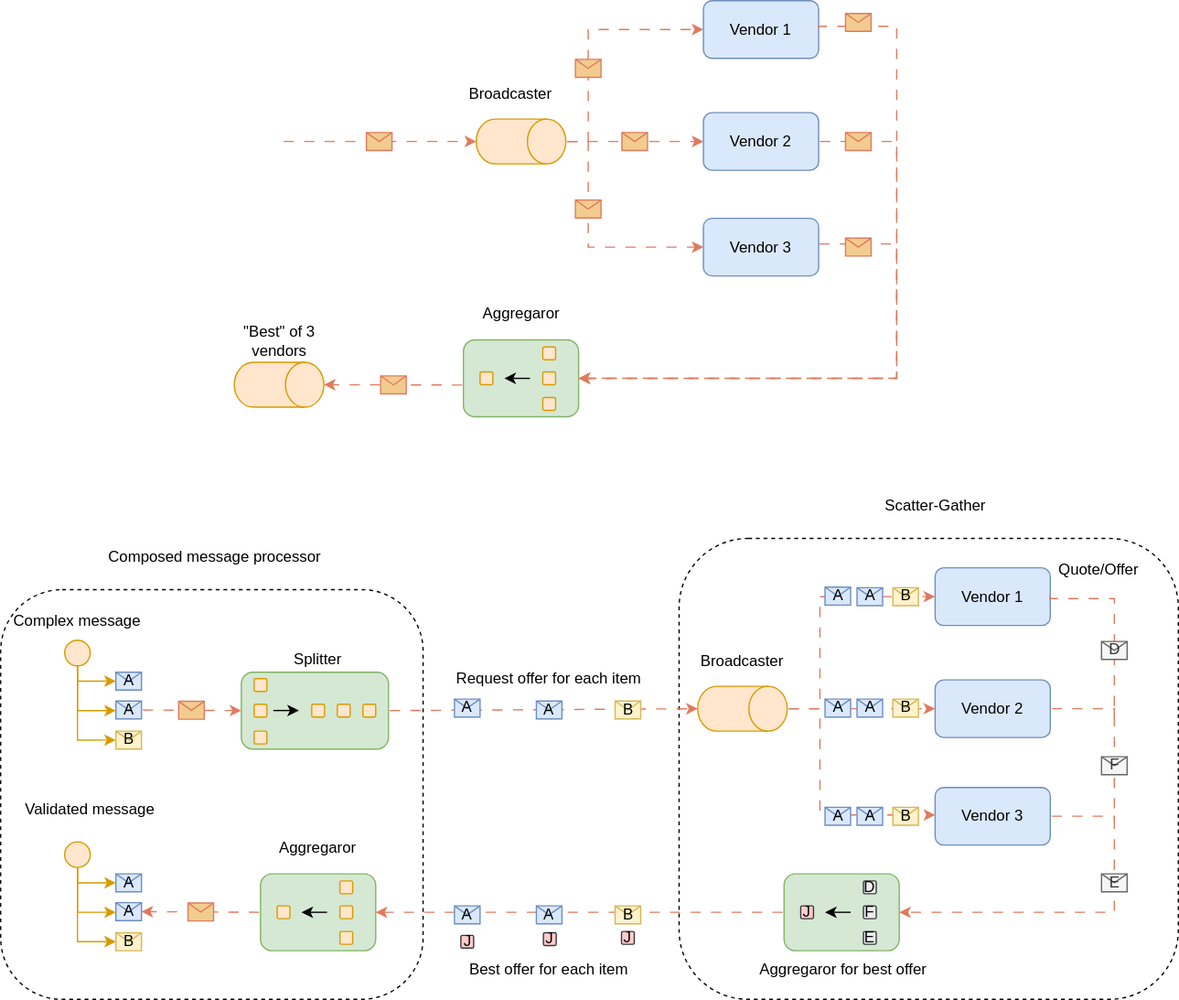
Before: images/Scatter-Gather.drawio.svg, a diagram exported from draw.io (mladenkralev/integration-pattern). Source tidied: cells renumbered, new cells last; positions are measured from the earlier drawing's top-left corner, leaving out a move shared by most shapes.
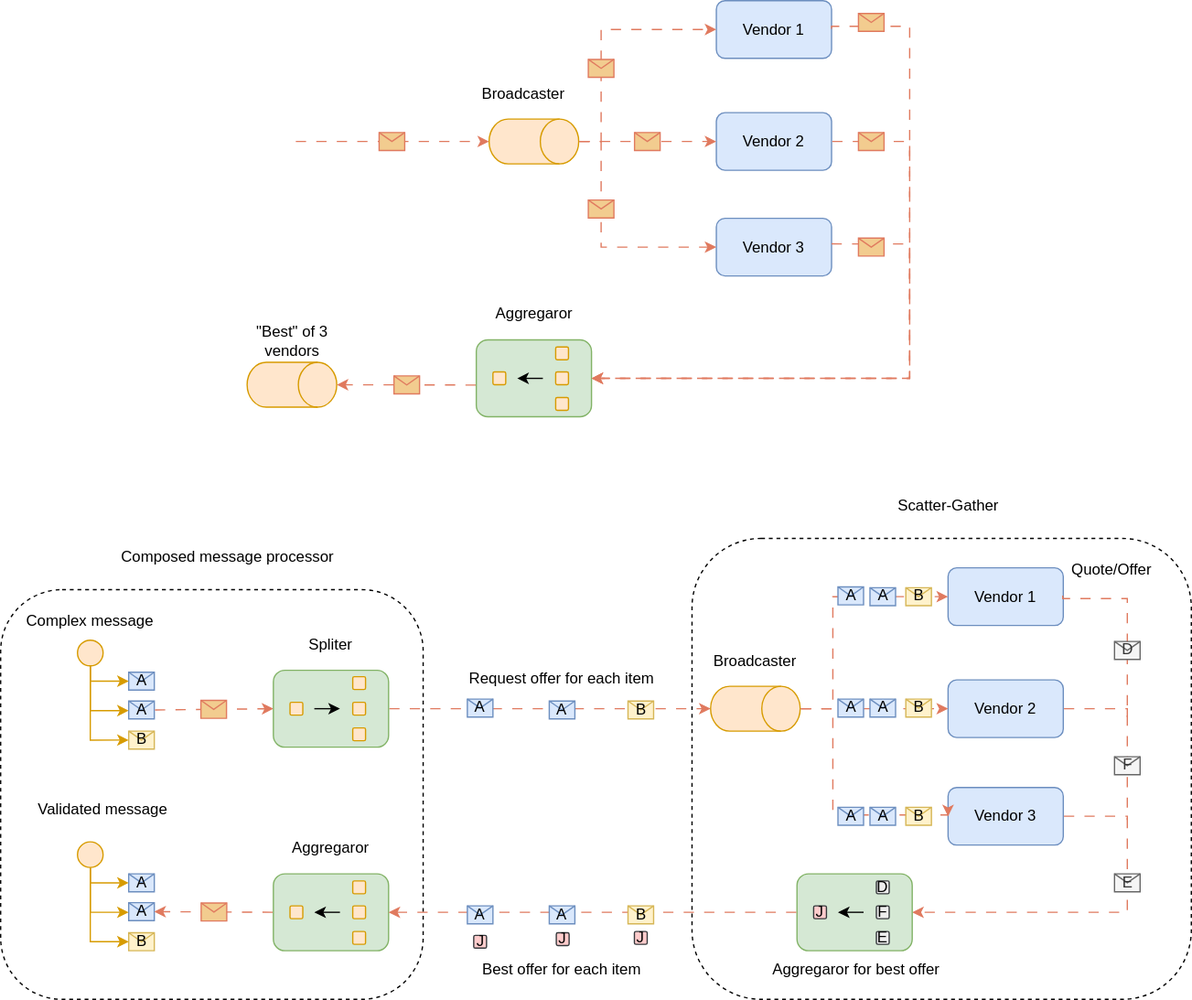
Later version of the same file.

Change to the diagram source:
```diff
@@ -6,7 +6,7 @@
       <mxGeometry x="530" y="420" width="390" height="360" as="geometry" />
     </mxCell>
     <mxCell id="3" style="rounded=1;whiteSpace=wrap;html=1;dashed=1;" parent="1" vertex="1">
-      <mxGeometry y="460" width="330" height="320" as="geometry" />
+      <mxGeometry x="-10" y="460" width="330" height="320" as="geometry" />
     </mxCell>
     <mxCell id="4" style="rounded=1;whiteSpace=wrap;html=1;labelBackgroundColor=none;fillColor=#d5e8d4;strokeColor=#82b366;" parent="1" vertex="1">
       <mxGeometry x="203" y="682" width="90" height="60" as="geometry" />
@@ -199,7 +199,7 @@
         </Array>
       </mxGeometry>
     </mxCell>
-    <mxCell id="49" style="endArrow=classic;html=1;rounded=0;flowAnimation=1;labelBackgroundColor=none;strokeColor=#E07A5F;fontColor=default;entryX=0.5;entryY=1;entryDx=0;entryDy=0;entryPerimeter=0;exitX=1;exitY=0.5;exitDx=0;exitDy=0;" parent="1" edge="1" source="104" target="42">
+    <mxCell id="49" style="endArrow=classic;html=1;rounded=0;flowAnimation=1;labelBackgroundColor=none;strokeColor=#E07A5F;fontColor=default;entryX=0.5;entryY=1;entryDx=0;entryDy=0;entryPerimeter=0;exitX=1;exitY=0.5;exitDx=0;exitDy=0;" parent="1" edge="1" source="116" target="42">
       <mxGeometry relative="1" as="geometry" />
     </mxCell>
     <mxCell id="50" value="Broadcaster" style="text;html=1;align=center;verticalAlign=middle;whiteSpace=wrap;rounded=0;" parent="1" vertex="1">
@@ -241,7 +241,7 @@
     <mxCell id="58" value="Complex message" style="text;html=1;align=center;verticalAlign=middle;whiteSpace=wrap;rounded=0;" parent="1" vertex="1">
       <mxGeometry y="469.5" width="120" height="30" as="geometry" />
     </mxCell>
-    <mxCell id="59" style="endArrow=classic;html=1;rounded=0;flowAnimation=1;labelBackgroundColor=none;strokeColor=#E07A5F;fontColor=default;entryX=0;entryY=0.5;entryDx=0;entryDy=0;exitX=1;exitY=0.5;exitDx=0;exitDy=0;" parent="1" edge="1" source="52" target="104">
+    <mxCell id="59" style="endArrow=classic;html=1;rounded=0;flowAnimation=1;labelBackgroundColor=none;strokeColor=#E07A5F;fontColor=default;entryX=0;entryY=0.5;entryDx=0;entryDy=0;exitX=1;exitY=0.5;exitDx=0;exitDy=0;" parent="1" edge="1" source="52" target="116">
       <mxGeometry relative="1" as="geometry" />
     </mxCell>
     <mxCell id="60" style="shape=message;html=1;labelBackgroundColor=none;fillColor=#F2CC8F;strokeColor=#E07A5F;fontColor=#393C56;" parent="59" vertex="1">
@@ -411,39 +411,6 @@
     <mxCell id="103" value="Request offer for each item" style="text;html=1;align=center;verticalAlign=middle;whiteSpace=wrap;rounded=0;" parent="1" vertex="1">
       <mxGeometry x="342" y="514.5" width="173" height="30" as="geometry" />
     </mxCell>
-    <mxCell id="104" style="rounded=1;whiteSpace=wrap;html=1;labelBackgroundColor=none;fillColor=#d5e8d4;strokeColor=#82b366;" parent="1" vertex="1">
-      <mxGeometry x="188" y="524.5" width="115" height="60" as="geometry" />
-    </mxCell>
-    <mxCell id="105" style="rounded=1;whiteSpace=wrap;html=1;labelBackgroundColor=none;fillColor=#ffe6cc;strokeColor=#d79b00;arcSize=12;" parent="1" vertex="1">
-      <mxGeometry x="198" y="549.5" width="10" height="10" as="geometry" />
-    </mxCell>
-    <mxCell id="106" style="rounded=1;whiteSpace=wrap;html=1;labelBackgroundColor=none;fillColor=#ffe6cc;strokeColor=#d79b00;arcSize=12;" parent="1" vertex="1">
-      <mxGeometry x="198" y="529.5" width="10" height="10" as="geometry" />
-    </mxCell>
-    <mxCell id="107" style="rounded=1;whiteSpace=wrap;html=1;labelBackgroundColor=none;fillColor=#ffe6cc;strokeColor=#d79b00;arcSize=12;" parent="1" vertex="1">
-      <mxGeometry x="283" y="549.5" width="10" height="10" as="geometry" />
-    </mxCell>
-    <mxCell id="108" style="rounded=1;whiteSpace=wrap;html=1;labelBackgroundColor=none;fillColor=#ffe6cc;strokeColor=#d79b00;arcSize=12;" parent="1" vertex="1">
-      <mxGeometry x="198" y="570.5" width="10" height="10" as="geometry" />
-    </mxCell>
-    <mxCell id="109" style="endArrow=classic;html=1;rounded=0;" parent="1" edge="1">
-      <mxGeometry relative="1" as="geometry">
-        <mxPoint x="213" y="554.4" as="sourcePoint" />
-        <mxPoint x="233" y="554.4" as="targetPoint" />
-        <Array as="points">
-          <mxPoint x="213" y="554.5" />
-        </Array>
-      </mxGeometry>
-    </mxCell>
-    <mxCell id="110" value="Splitter" style="text;html=1;align=center;verticalAlign=middle;whiteSpace=wrap;rounded=0;" parent="1" vertex="1">
-      <mxGeometry x="188" y="499.5" width="120" height="30" as="geometry" />
-    </mxCell>
-    <mxCell id="111" style="rounded=1;whiteSpace=wrap;html=1;labelBackgroundColor=none;fillColor=#ffe6cc;strokeColor=#d79b00;arcSize=12;" parent="1" vertex="1">
-      <mxGeometry x="243" y="549.5" width="10" height="10" as="geometry" />
-    </mxCell>
-    <mxCell id="112" style="rounded=1;whiteSpace=wrap;html=1;labelBackgroundColor=none;fillColor=#ffe6cc;strokeColor=#d79b00;arcSize=12;" parent="1" vertex="1">
-      <mxGeometry x="263" y="549.5" width="10" height="10" as="geometry" />
-    </mxCell>
     <mxCell id="113" value="J" style="rounded=1;whiteSpace=wrap;html=1;labelBackgroundColor=none;fillColor=#ffcccc;strokeColor=#36393d;arcSize=12;" parent="1" vertex="1">
       <mxGeometry x="485" y="727" width="10" height="10" as="geometry" />
     </mxCell>
@@ -453,5 +420,29 @@
     <mxCell id="115" value="J" style="rounded=1;whiteSpace=wrap;html=1;labelBackgroundColor=none;fillColor=#ffcccc;strokeColor=#36393d;arcSize=12;" parent="1" vertex="1">
       <mxGeometry x="359.5" y="730" width="10" height="10" as="geometry" />
     </mxCell>
+    <mxCell id="116" style="rounded=1;whiteSpace=wrap;html=1;labelBackgroundColor=none;fillColor=#d5e8d4;strokeColor=#82b366;" parent="1" vertex="1">
+      <mxGeometry x="203" y="523" width="90" height="60" as="geometry" />
+    </mxCell>
+    <mxCell id="117" style="rounded=1;whiteSpace=wrap;html=1;labelBackgroundColor=none;fillColor=#ffe6cc;strokeColor=#d79b00;arcSize=12;" parent="1" vertex="1">
+      <mxGeometry x="216" y="548" width="10" height="10" as="geometry" />
+    </mxCell>
+    <mxCell id="118" style="rounded=1;whiteSpace=wrap;html=1;labelBackgroundColor=none;fillColor=#ffe6cc;strokeColor=#d79b00;arcSize=12;" parent="1" vertex="1">
+      <mxGeometry x="265" y="528" width="10" height="10" as="geometry" />
+    </mxCell>
+    <mxCell id="119" style="rounded=1;whiteSpace=wrap;html=1;labelBackgroundColor=none;fillColor=#ffe6cc;strokeColor=#d79b00;arcSize=12;" parent="1" vertex="1">
+      <mxGeometry x="265" y="548" width="10" height="10" as="geometry" />
+    </mxCell>
+    <mxCell id="120" style="rounded=1;whiteSpace=wrap;html=1;labelBackgroundColor=none;fillColor=#ffe6cc;strokeColor=#d79b00;arcSize=12;" parent="1" vertex="1">
+      <mxGeometry x="265" y="568" width="10" height="10" as="geometry" />
+    </mxCell>
+    <mxCell id="121" style="endArrow=classic;html=1;rounded=0;" parent="1" edge="1">
+      <mxGeometry relative="1" as="geometry">
+        <mxPoint x="235" y="553" as="sourcePoint" />
+        <mxPoint x="255" y="553" as="targetPoint" />
+      </mxGeometry>
+    </mxCell>
+    <mxCell id="122" value="Spliter" style="text;html=1;align=center;verticalAlign=middle;whiteSpace=wrap;rounded=0;" parent="1" vertex="1">
+      <mxGeometry x="188" y="488" width="120" height="30" as="geometry" />
+    </mxCell>
   </root>
 </mxGraphModel>
```
